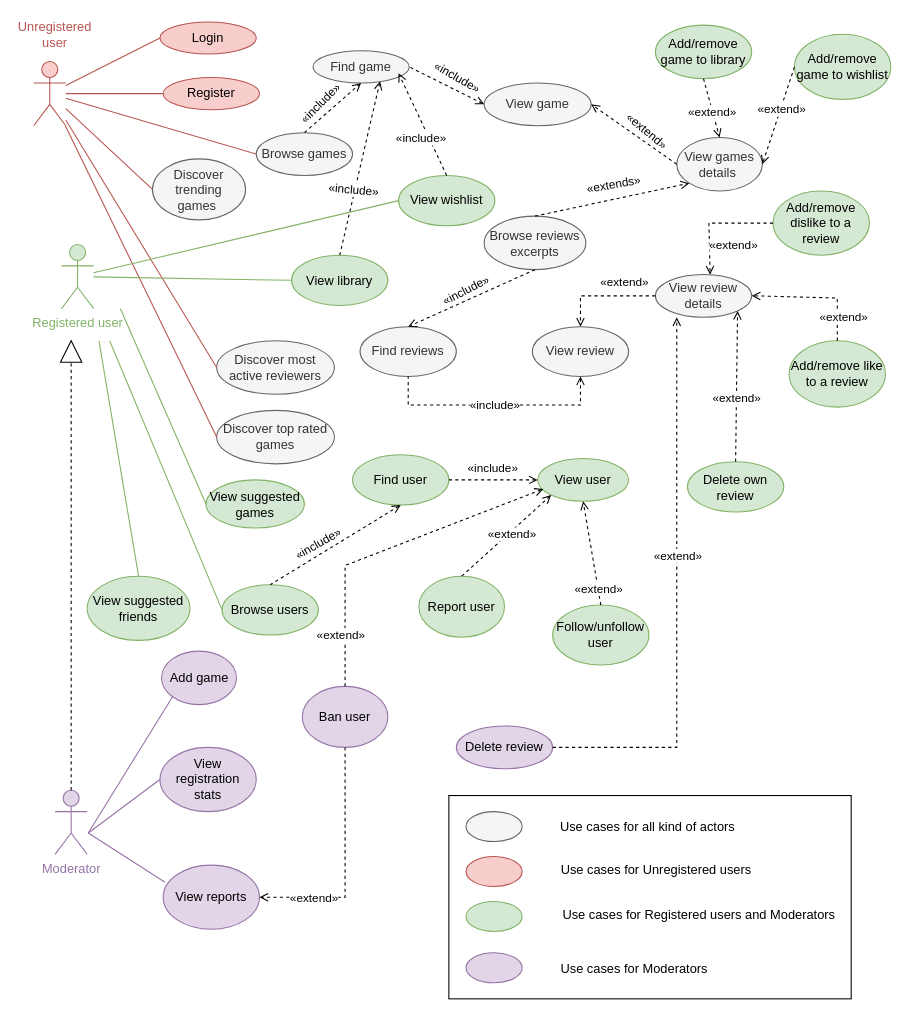
This is Diagrams/UML use case diagram (complete).drawio from lorenzoceccanti/pixelindex, a draw.io file, before an edit. Source tidied: cells renumbered, new cells numbered last; positions are measured from the earlier drawing's top-left corner, leaving out a move shared by most shapes. Both pictures are drawn from the tidied source at 107%, with x=0, y=0 at pixel (22, 18).
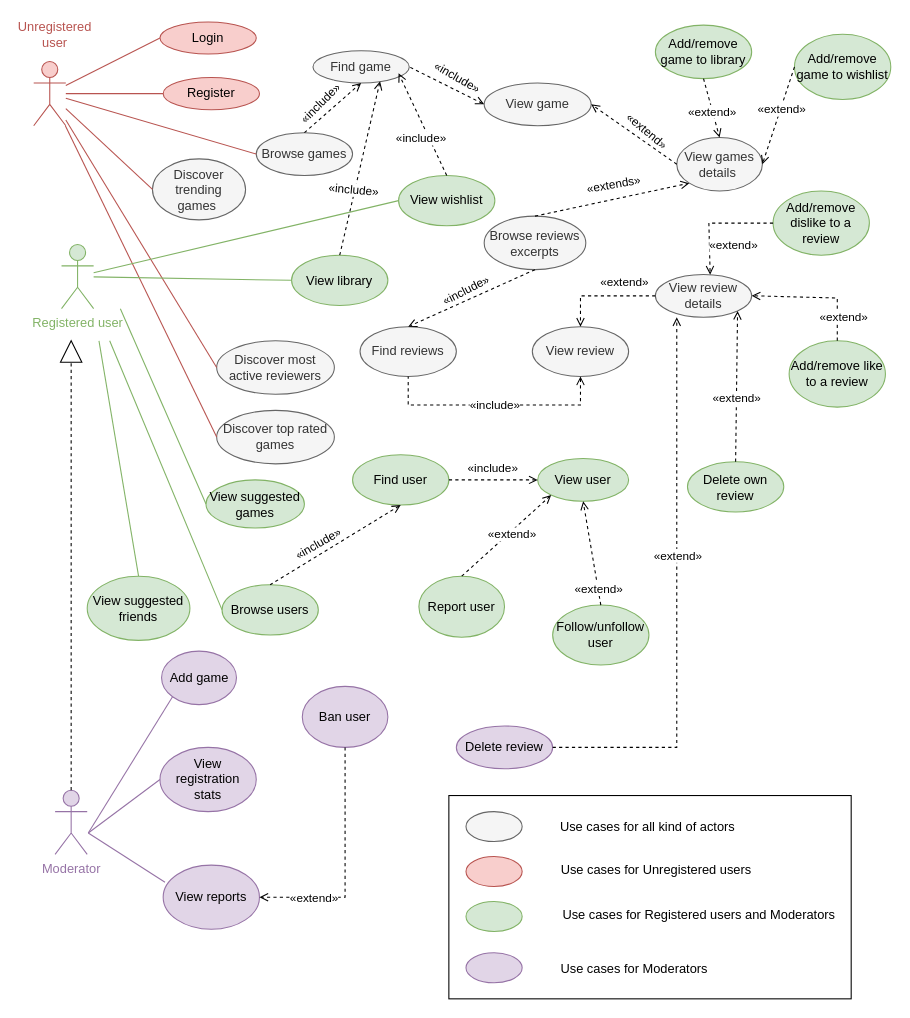
The same diagram, later.

The change refers to these unchanged cells:
```xml
<mxCell id="57" value="View user" style="ellipse;whiteSpace=wrap;html=1;fillColor=#d5e8d4;strokeColor=#82b366;" parent="1" vertex="1">
  <mxGeometry x="481" y="411" width="85" height="40" as="geometry" />
</mxCell>
<mxCell id="72" value="Ban user" style="ellipse;whiteSpace=wrap;html=1;fillColor=#e1d5e7;strokeColor=#9673a6;" parent="1" vertex="1">
  <mxGeometry x="261" y="624" width="80" height="57" as="geometry" />
</mxCell>
```

Diff of the diagram source:
```diff
@@
-    <mxCell id="88" style="endArrow=open;html=1;rounded=0;entryX=0.062;entryY=0.713;entryDx=0;entryDy=0;exitX=0.5;exitY=0;exitDx=0;exitDy=0;dashed=1;endFill=0;entryPerimeter=0;" parent="1" edge="1" source="72" target="57">
-      <mxGeometry relative="1" as="geometry">
-        <Array as="points">
-          <mxPoint x="301" y="511" />
-        </Array>
-      </mxGeometry>
-    </mxCell>
-    <mxCell id="89" value="«extend»" style="edgeLabel;html=1;align=center;verticalAlign=middle;" parent="88" vertex="1">
-      <mxGeometry x="0.11" y="1" relative="1" as="geometry">
-        <mxPoint x="-60" y="87" as="offset" />
-      </mxGeometry>
-    </mxCell>
```
